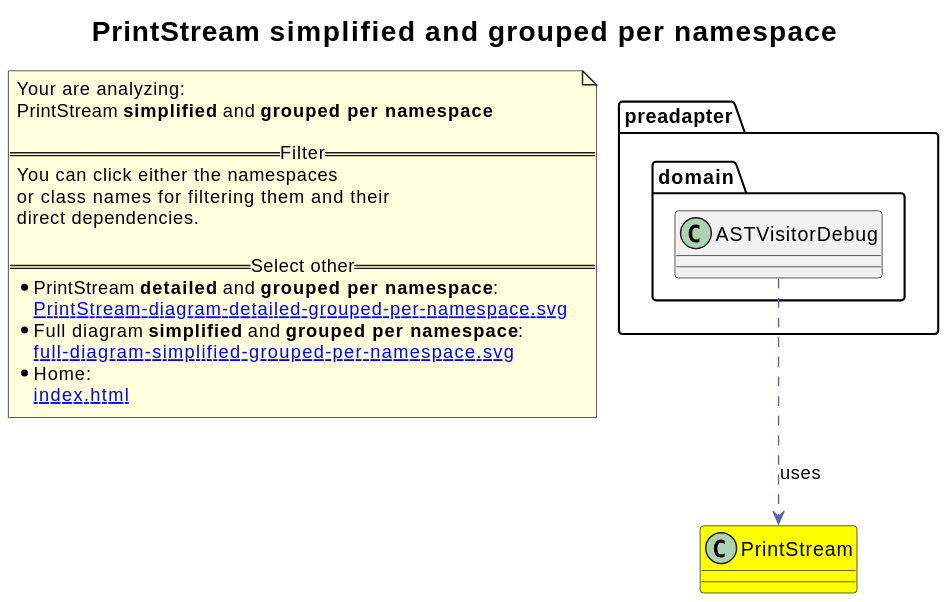
The PlantUML diagram revenger-java-adapter.out/PrintStream-diagram-simplified-grouped-per-namespace.svg in 2BlackCoffees/revenger, before a commit.
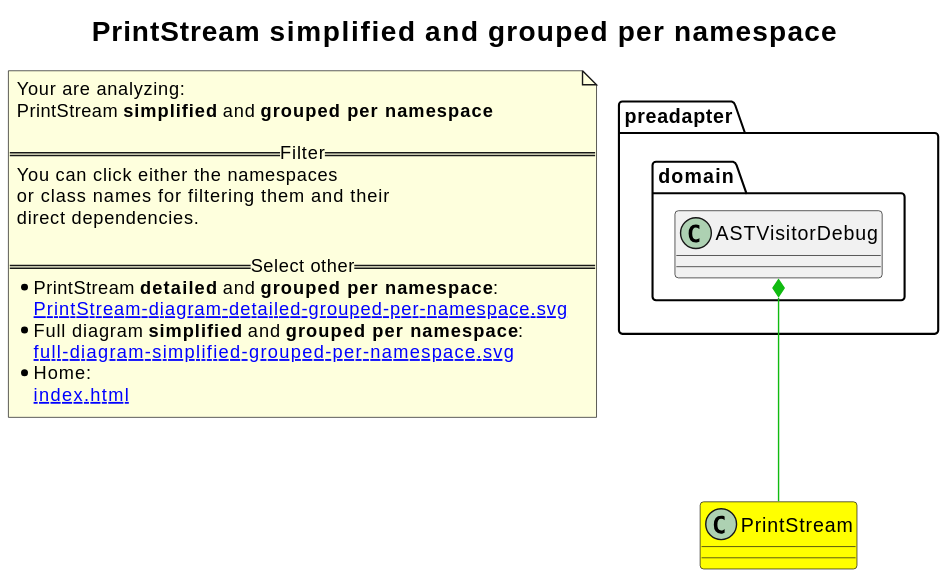
After the commit.

What changed in the source:
```diff
@@ -1,4 +1,5 @@
 @startuml
+skinparam linetype ortho
 title <size:20>PrintStream **simplified** and **grouped per namespace**</size>
 note "Your are analyzing:\nPrintStream **simplified** and **grouped per namespace**\n\n==Filter==\nYou can click either the namespaces \nor class names for filtering them and their\ndirect dependencies.\n\n==Select other==\n* PrintStream **detailed** and **grouped per namespace**:\n   [[PrintStream-diagram-detailed-grouped-per-namespace.svg]]\n* Full diagram **simplified** and **grouped per namespace**:\n   [[full-diagram-simplified-grouped-per-namespace.svg]]\n* Home:\n   [[index.html]]" as FloatingNote
 class PrintStream [[PrintStream-diagram-simplified-grouped-per-namespace.svg]] #yellow {
@@ -9,5 +10,5 @@
   }
 }
 }
-preadapter.domain.ASTVisitorDebug .[#6060BB].> PrintStream  : uses
+preadapter.domain.ASTVisitorDebug *-[#10BB10]- PrintStream
 @enduml
```
